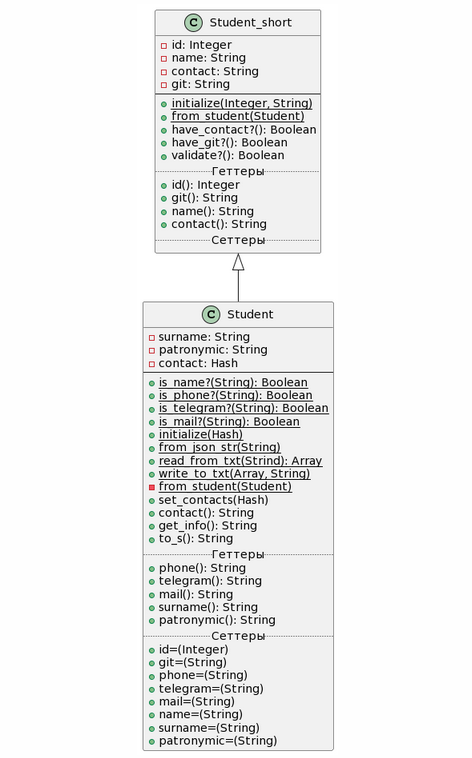
Earlier version of the PlantUML export Lab2/task1/StudentDiagram.png (VitalijGolovij/PatternProgLabs). Its source is kept beside it as Lab2/task1/StudentDiagram.puml.
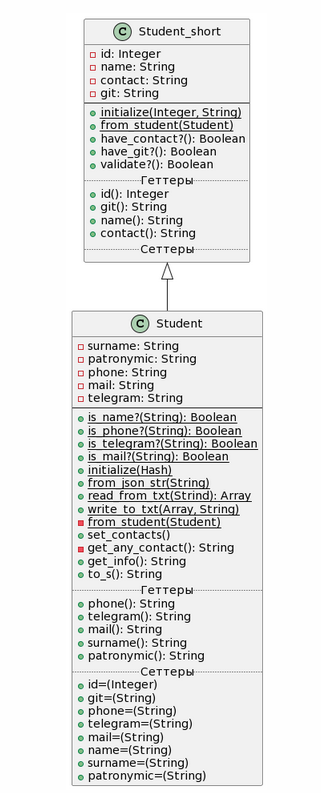
After the commit.

Commit message:
теперь поле contact заполняется в set_contact с помощью приватного метода

Diff of the diagram source:
```diff
@@ -8,6 +8,9 @@
  --
       +{static}initialize(Integer, String)
       +{static}from_student(Student)
+      +have_contact?(): Boolean
+      +have_git?(): Boolean
+      +validate?(): Boolean
       .. Геттеры ..
       +id(): Integer
       +git(): String
@@ -20,20 +23,21 @@
 Class Student extends Student_short{
      -surname: String
      -patronymic: String
-     -contact: Hash
+     -phone: String
+     -mail: String
+     -telegram: String
 --
      +{static}is_name?(String): Boolean
      +{static}is_phone?(String): Boolean
      +{static}is_telegram?(String): Boolean
      +{static}is_mail?(String): Boolean
-     +{static}initialize(String, String, String, Hash)
+     +{static}initialize(Hash)
      +{static}from_json_str(String)
+     +{static}read_from_txt(Strind): Array
+     +{static}write_to_txt(Array, String)
      -{static}from_student(Student)
-     +have_contact?(): Boolean
-     +have_git?(): Boolean
-     +validate(): Boolean
-     +set_contacts(Hash)
-     +contact(): String
+     +set_contacts()
+     -get_any_contact(): String
      +get_info(): String
      +to_s(): String
      .. Геттеры ..
```
